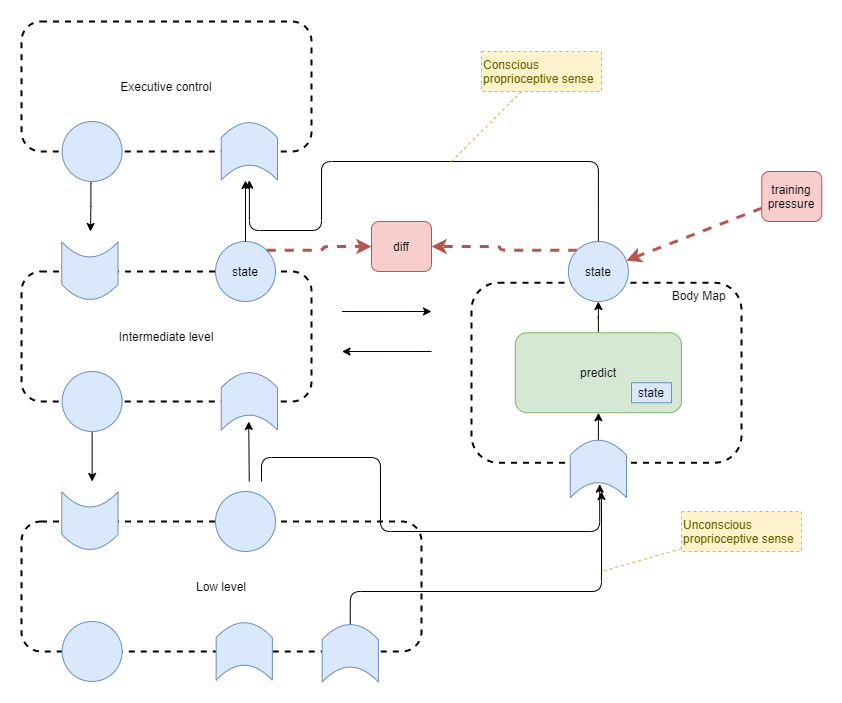
Earlier version of the draw.io export files/An-agi-architecture-v1-proprioception.png (malcolmlett/malcolmlett.github.io). Source tidied: cells renumbered, new cells last; positions are measured from the earlier drawing's top-left corner, leaving out a move shared by most shapes.
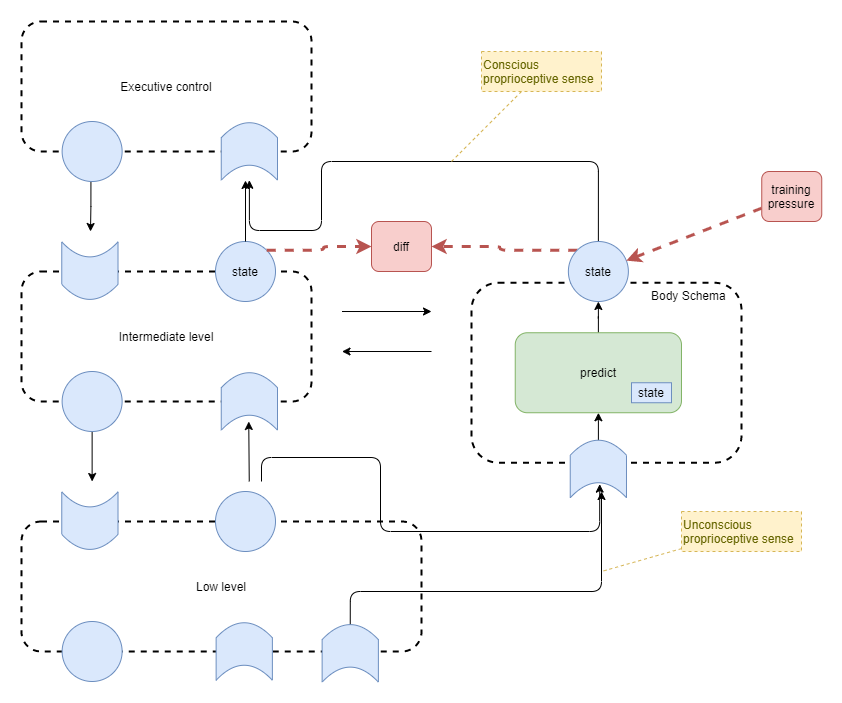
The same diagram one commit later.

The edit, as a diff of the source:
```diff
@@ -58,7 +58,7 @@
     <mxCell id="18" style="shape=dataStorage;whiteSpace=wrap;html=1;fixedSize=1;rounded=1;strokeWidth=1;fillColor=#dae8fc;strokeColor=#6c8ebf;rotation=-90;size=15;horizontal=1;" parent="17" vertex="1">
       <mxGeometry x="-1" y="1" width="57.5" height="56.2" as="geometry" />
     </mxCell>
-    <mxCell id="19" value="Body Map&amp;nbsp; &amp;nbsp;&amp;nbsp;" style="rounded=1;whiteSpace=wrap;html=1;fillColor=none;dashed=1;strokeWidth=2;verticalAlign=top;align=right;" parent="1" vertex="1">
+    <mxCell id="19" value="Body Schema&amp;nbsp; &amp;nbsp;&amp;nbsp;" style="rounded=1;whiteSpace=wrap;html=1;fillColor=none;dashed=1;strokeWidth=2;verticalAlign=top;align=right;" parent="1" vertex="1">
       <mxGeometry x="450" y="261.2" width="270" height="180" as="geometry" />
     </mxCell>
     <mxCell id="20" style="edgeStyle=orthogonalEdgeStyle;rounded=1;jettySize=auto;html=1;entryX=1;entryY=0.5;entryDx=0;entryDy=0;exitX=0.5;exitY=0;exitDx=0;exitDy=0;" parent="1" edge="1" source="21" target="32">
```
